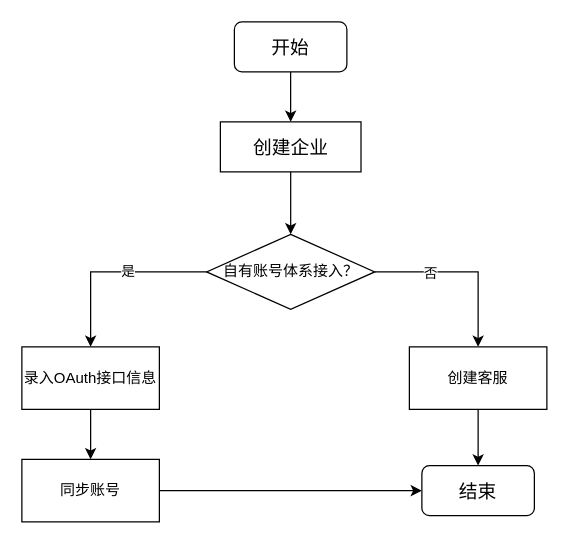
Above: enterprise_add.drawio in greenabyss/image (draw.io), before the change. Source tidied: cells renumbered, new cells numbered last; positions are measured from the earlier drawing's top-left corner, leaving out a move shared by most shapes. Both pictures are drawn from the tidied source at 125%, with x=0, y=0 at pixel (21, 21).
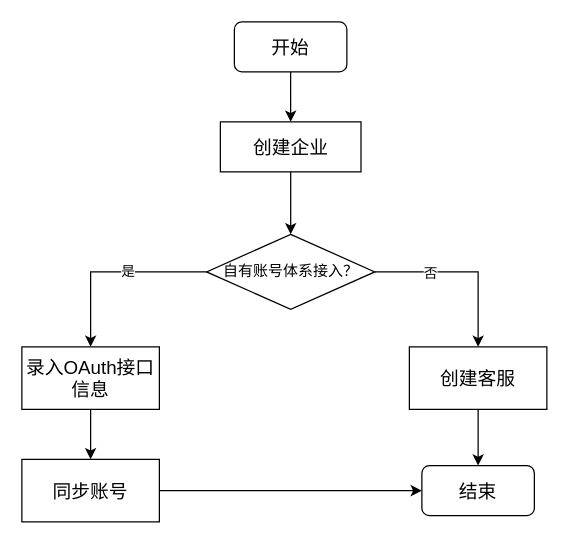
The same diagram, later.

Change to the diagram source:
```diff
@@
 <mxGraphModel>
   <root>
     <mxCell id="0" />
     <mxCell id="1" parent="0" />
     <mxCell id="2" style="edgeStyle=orthogonalEdgeStyle;rounded=0;jettySize=auto;html=1;exitX=0.5;exitY=1;exitDx=0;exitDy=0;entryX=0.5;entryY=0;entryDx=0;entryDy=0;" parent="1" edge="1" source="3" target="5">
       <mxGeometry relative="1" as="geometry" />
     </mxCell>
     <mxCell id="3" value="&lt;font style=&quot;font-size: 15px&quot;&gt;开始&lt;/font&gt;" style="rounded=1;whiteSpace=wrap;html=1;" parent="1" vertex="1">
       <mxGeometry x="170" width="90" height="40" as="geometry" />
     </mxCell>
     <mxCell id="4" style="edgeStyle=orthogonalEdgeStyle;rounded=0;jettySize=auto;html=1;" parent="1" edge="1" source="5" target="10">
       <mxGeometry relative="1" as="geometry" />
     </mxCell>
     <mxCell id="5" value="&lt;font style=&quot;font-size: 15px&quot;&gt;创建企业&lt;/font&gt;" style="rounded=0;whiteSpace=wrap;html=1;" parent="1" vertex="1">
       <mxGeometry x="158.8" y="80" width="112.5" height="40" as="geometry" />
     </mxCell>
     <mxCell id="6" style="edgeStyle=orthogonalEdgeStyle;rounded=0;jettySize=auto;html=1;" parent="1" edge="1" source="10" target="12">
       <mxGeometry relative="1" as="geometry" />
     </mxCell>
     <mxCell id="7" value="是" style="edgeLabel;html=1;align=center;verticalAlign=middle;" parent="6" vertex="1">
       <mxGeometry x="-0.17" y="-1" relative="1" as="geometry" />
     </mxCell>
     <mxCell id="8" style="edgeStyle=orthogonalEdgeStyle;rounded=0;jettySize=auto;html=1;entryX=0.5;entryY=0;entryDx=0;entryDy=0;" parent="1" edge="1" source="10" target="14">
       <mxGeometry relative="1" as="geometry" />
     </mxCell>
     <mxCell id="9" value="否" style="edgeLabel;html=1;align=center;verticalAlign=middle;" parent="8" vertex="1">
       <mxGeometry x="-0.39" relative="1" as="geometry" />
     </mxCell>
     <mxCell id="10" value="自有账号体系接入？" style="rhombus;whiteSpace=wrap;html=1;" parent="1" vertex="1">
       <mxGeometry x="147.8" y="170" width="134.5" height="60" as="geometry" />
     </mxCell>
     <mxCell id="11" style="edgeStyle=orthogonalEdgeStyle;rounded=0;jettySize=auto;html=1;" parent="1" edge="1" source="12" target="16">
       <mxGeometry relative="1" as="geometry" />
     </mxCell>
-    <mxCell id="12" value="录入OAuth接口信息" style="rounded=0;whiteSpace=wrap;html=1;" parent="1" vertex="1">
+    <mxCell id="12" value="&lt;font style=&quot;font-size: 15px&quot;&gt;录入OAuth接口信息&lt;/font&gt;" style="rounded=0;whiteSpace=wrap;html=1;" parent="1" vertex="1">
       <mxGeometry y="260" width="110" height="50" as="geometry" />
     </mxCell>
     <mxCell id="13" style="edgeStyle=orthogonalEdgeStyle;rounded=0;jettySize=auto;html=1;" parent="1" edge="1" source="14" target="17">
       <mxGeometry relative="1" as="geometry" />
     </mxCell>
-    <mxCell id="14" value="创建客服" style="rounded=0;whiteSpace=wrap;html=1;" parent="1" vertex="1">
+    <mxCell id="14" value="&lt;font style=&quot;font-size: 15px&quot;&gt;创建客服&lt;/font&gt;" style="rounded=0;whiteSpace=wrap;html=1;" parent="1" vertex="1">
       <mxGeometry x="310" y="260" width="110" height="50" as="geometry" />
     </mxCell>
     <mxCell id="15" style="edgeStyle=orthogonalEdgeStyle;rounded=0;jettySize=auto;html=1;entryX=0;entryY=0.5;entryDx=0;entryDy=0;" parent="1" edge="1" source="16" target="17">
       <mxGeometry relative="1" as="geometry" />
     </mxCell>
-    <mxCell id="16" value="同步账号" style="rounded=0;whiteSpace=wrap;html=1;" parent="1" vertex="1">
+    <mxCell id="16" value="&lt;font style=&quot;font-size: 15px&quot;&gt;同步账号&lt;/font&gt;" style="rounded=0;whiteSpace=wrap;html=1;" parent="1" vertex="1">
       <mxGeometry y="350" width="110" height="50" as="geometry" />
     </mxCell>
     <mxCell id="17" value="&lt;font style=&quot;font-size: 15px&quot;&gt;结束&lt;/font&gt;" style="rounded=1;whiteSpace=wrap;html=1;" parent="1" vertex="1">
       <mxGeometry x="320" y="355" width="90" height="40" as="geometry" />
     </mxCell>
   </root>
 </mxGraphModel>
```
